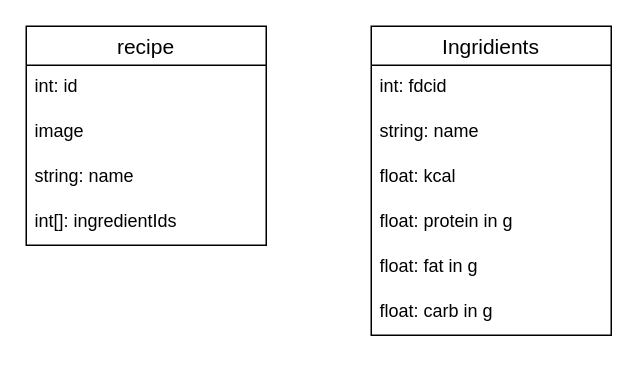
HenningCV/WA_Nutrient_Fanatics keeps this draw.io diagram as dokumentation/table_models.drawio. Above is the earlier version. Source tidied: cells renumbered, new cells numbered last; positions are measured from the earlier drawing's top-left corner, leaving out a move shared by most shapes. Both pictures are drawn from the tidied source at 150%, with x=0, y=0 at pixel (26, 26).
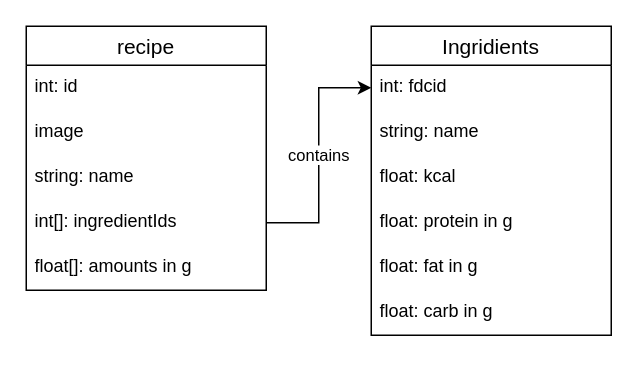
Above is the later version.

The edit, as a diff of the source:
```diff
@@
 <mxGraphModel>
   <root>
     <mxCell id="0" />
     <mxCell id="1" parent="0" />
     <mxCell id="2" value="Ingridients" style="swimlane;fontStyle=0;horizontal=1;startSize=26;align=center;fontSize=14;" parent="1" vertex="1">
       <mxGeometry x="230" width="160" height="206" as="geometry" />
     </mxCell>
     <mxCell id="3" value="int: fdcid" style="text;strokeColor=none;fillColor=none;spacingLeft=4;spacingRight=4;overflow=hidden;points=[[0,0.5],[1,0.5]];portConstraint=eastwest;fontSize=12;whiteSpace=wrap;html=1;" parent="2" vertex="1">
       <mxGeometry y="26" width="160" height="30" as="geometry" />
     </mxCell>
     <mxCell id="4" value="string: name" style="text;strokeColor=none;fillColor=none;spacingLeft=4;spacingRight=4;overflow=hidden;fontSize=12;whiteSpace=wrap;html=1;" parent="2" vertex="1">
       <mxGeometry y="56" width="160" height="30" as="geometry" />
     </mxCell>
     <mxCell id="5" value="float: kcal" style="text;strokeColor=none;fillColor=none;spacingLeft=4;spacingRight=4;overflow=hidden;fontSize=12;whiteSpace=wrap;html=1;" parent="2" vertex="1">
       <mxGeometry y="86" width="160" height="30" as="geometry" />
     </mxCell>
     <mxCell id="6" value="float: protein in g" style="text;strokeColor=none;fillColor=none;spacingLeft=4;spacingRight=4;overflow=hidden;fontSize=12;whiteSpace=wrap;html=1;" parent="2" vertex="1">
       <mxGeometry y="116" width="160" height="30" as="geometry" />
     </mxCell>
     <mxCell id="7" value="float: fat in g" style="text;strokeColor=none;fillColor=none;spacingLeft=4;spacingRight=4;overflow=hidden;fontSize=12;whiteSpace=wrap;html=1;" parent="2" vertex="1">
       <mxGeometry y="146" width="160" height="30" as="geometry" />
     </mxCell>
     <mxCell id="8" value="float:&amp;nbsp;carb in g" style="text;strokeColor=none;fillColor=none;spacingLeft=4;spacingRight=4;overflow=hidden;fontSize=12;whiteSpace=wrap;html=1;" parent="2" vertex="1">
       <mxGeometry y="176" width="160" height="30" as="geometry" />
     </mxCell>
     <mxCell id="9" value="recipe" style="swimlane;fontStyle=0;horizontal=1;startSize=26;align=center;fontSize=14;" parent="1" vertex="1">
-      <mxGeometry width="160" height="146" as="geometry" />
+      <mxGeometry width="160" height="176" as="geometry" />
     </mxCell>
     <mxCell id="10" value="int: id" style="text;strokeColor=none;fillColor=none;spacingLeft=4;spacingRight=4;overflow=hidden;fontSize=12;whiteSpace=wrap;html=1;" parent="9" vertex="1">
       <mxGeometry y="26" width="160" height="30" as="geometry" />
     </mxCell>
     <mxCell id="11" value="image" style="text;strokeColor=none;fillColor=none;spacingLeft=4;spacingRight=4;overflow=hidden;fontSize=12;whiteSpace=wrap;html=1;" parent="9" vertex="1">
       <mxGeometry y="56" width="160" height="30" as="geometry" />
     </mxCell>
     <mxCell id="12" value="string: name" style="text;strokeColor=none;fillColor=none;spacingLeft=4;spacingRight=4;overflow=hidden;fontSize=12;whiteSpace=wrap;html=1;" parent="9" vertex="1">
       <mxGeometry y="86" width="160" height="30" as="geometry" />
     </mxCell>
     <mxCell id="13" value="int[]: ingredientIds" style="text;strokeColor=none;fillColor=none;spacingLeft=4;spacingRight=4;overflow=hidden;points=[[0,0.5],[1,0.5]];portConstraint=eastwest;fontSize=12;whiteSpace=wrap;html=1;" parent="9" vertex="1">
       <mxGeometry y="116" width="160" height="30" as="geometry" />
     </mxCell>
+    <mxCell id="14" value="float[]: amounts in g" style="text;strokeColor=none;fillColor=none;spacingLeft=4;spacingRight=4;overflow=hidden;fontSize=12;whiteSpace=wrap;html=1;" parent="9" vertex="1">
+      <mxGeometry y="146" width="160" height="30" as="geometry" />
+    </mxCell>
+    <mxCell id="15" value="contains" style="edgeStyle=orthogonalEdgeStyle;rounded=0;jettySize=auto;html=1;exitX=0;exitY=0.5;exitDx=0;exitDy=0;entryX=1;entryY=0.5;entryDx=0;entryDy=0;endArrow=none;endFill=0;startArrow=classic;startFill=1;" parent="1" edge="1" source="3" target="13">
+      <mxGeometry relative="1" as="geometry" />
+    </mxCell>
   </root>
 </mxGraphModel>
```
